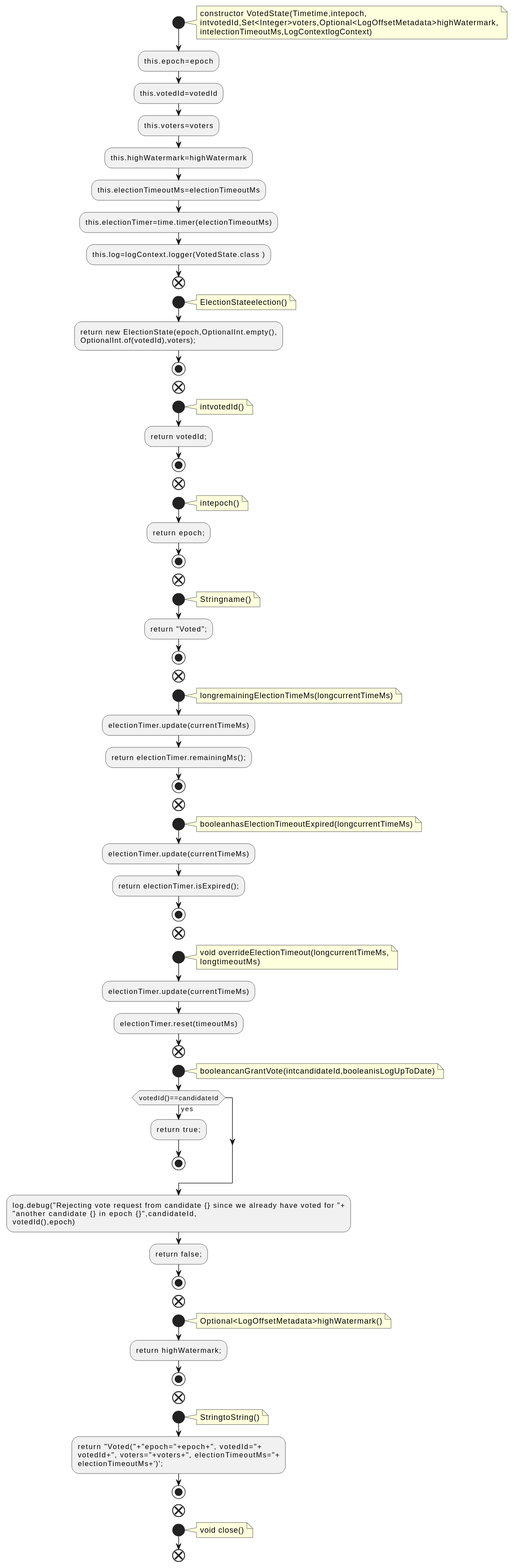
Before: docs/qc/raft/src/main/java/org/apache/kafka/raft/VotedState.java.fct.svg, a diagram exported from PlantUML (qualitesys/kafka). The source it was exported from:
```plantuml
@startuml
!pragma layout smetana
start
note right
constructor VotedState(Timetime,intepoch,
intvotedId,Set<Integer>voters,Optional<LogOffsetMetadata>highWatermark,
intelectionTimeoutMs,LogContextlogContext)
end note
:this.epoch=epoch;
:this.votedId=votedId;
:this.voters=voters;
:this.highWatermark=highWatermark;
:this.electionTimeoutMs=electionTimeoutMs;
:this.electionTimer=time.timer(electionTimeoutMs);
:this.log=logContext.logger(VotedState.class );
end
start
note right
ElectionStateelection()
end note
:return new ElectionState(epoch,OptionalInt.empty(),
OptionalInt.of(votedId),voters);;
stop
end
start
note right
intvotedId()
end note
:return votedId;;
stop
end
start
note right
intepoch()
end note
:return epoch;;
stop
end
start
note right
Stringname()
end note
:return "Voted";;
stop
end
start
note right
longremainingElectionTimeMs(longcurrentTimeMs)
end note
:electionTimer.update(currentTimeMs);
:return electionTimer.remainingMs();;
stop
end
start
note right
booleanhasElectionTimeoutExpired(longcurrentTimeMs)
end note
:electionTimer.update(currentTimeMs);
:return electionTimer.isExpired();;
stop
end
start
note right
void overrideElectionTimeout(longcurrentTimeMs,
longtimeoutMs)
end note
:electionTimer.update(currentTimeMs);
:electionTimer.reset(timeoutMs);
end
start
note right
booleancanGrantVote(intcandidateId,booleanisLogUpToDate)
end note
if (votedId()==candidateId) then (yes)
:return true;;
stop
endif
:log.debug("Rejecting vote request from candidate {} since we already have voted for "+
"another candidate {} in epoch {}",candidateId,
votedId(),epoch);
:return false;;
stop
end
start
note right
Optional<LogOffsetMetadata>highWatermark()
end note
:return highWatermark;;
stop
end
start
note right
StringtoString()
end note
:return "Voted("+"epoch="+epoch+", votedId="+
votedId+", voters="+voters+", electionTimeoutMs="+
electionTimeoutMs+')';;
stop
end
start
note right
void close()
end note
end
@enduml
```
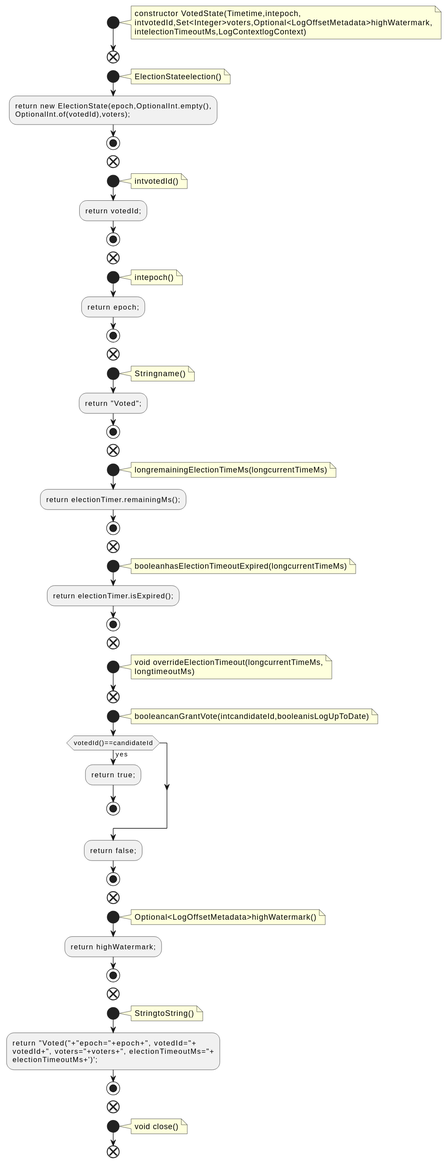
The same diagram one commit later.

What changed in the source:
```diff
@@ -6,13 +6,6 @@
 intvotedId,Set<Integer>voters,Optional<LogOffsetMetadata>highWatermark,
 intelectionTimeoutMs,LogContextlogContext)
 end note
-:this.epoch=epoch;
-:this.votedId=votedId;
-:this.voters=voters;
-:this.highWatermark=highWatermark;
-:this.electionTimeoutMs=electionTimeoutMs;
-:this.electionTimer=time.timer(electionTimeoutMs);
-:this.log=logContext.logger(VotedState.class );
 end
 start
 note right
@@ -47,7 +40,6 @@
 note right
 longremainingElectionTimeMs(longcurrentTimeMs)
 end note
-:electionTimer.update(currentTimeMs);
 :return electionTimer.remainingMs();;
 stop
 end
@@ -55,7 +47,6 @@
 note right
 booleanhasElectionTimeoutExpired(longcurrentTimeMs)
 end note
-:electionTimer.update(currentTimeMs);
 :return electionTimer.isExpired();;
 stop
 end
@@ -64,8 +55,6 @@
 void overrideElectionTimeout(longcurrentTimeMs,
 longtimeoutMs)
 end note
-:electionTimer.update(currentTimeMs);
-:electionTimer.reset(timeoutMs);
 end
 start
 note right
@@ -75,9 +64,6 @@
 :return true;;
 stop
 endif
-:log.debug("Rejecting vote request from candidate {} since we already have voted for "+
-"another candidate {} in epoch {}",candidateId,
-votedId(),epoch);
 :return false;;
 stop
 end
```
